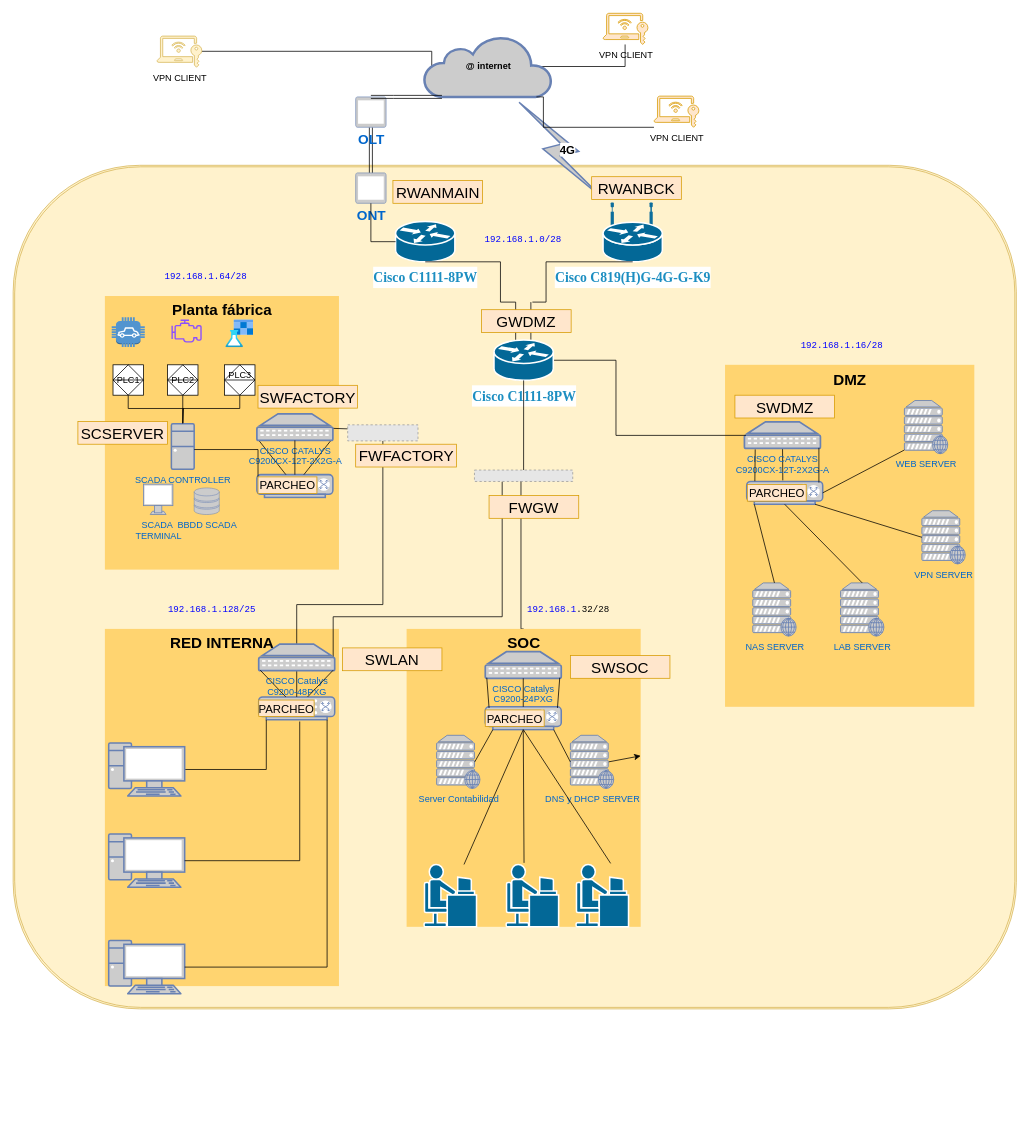
Before: auditoria_ficti.drawio in hotspotcepeda/audit_ficti, a draw.io diagram. Source tidied: cells renumbered, new cells numbered last; positions are measured from the earlier drawing's top-left corner, leaving out a move shared by most shapes. Both pictures are drawn from the tidied source at 76%, with x=0, y=0 at pixel (13, 13). Pictures stored in the file or linked from it are replaced by grey dashed boxes.
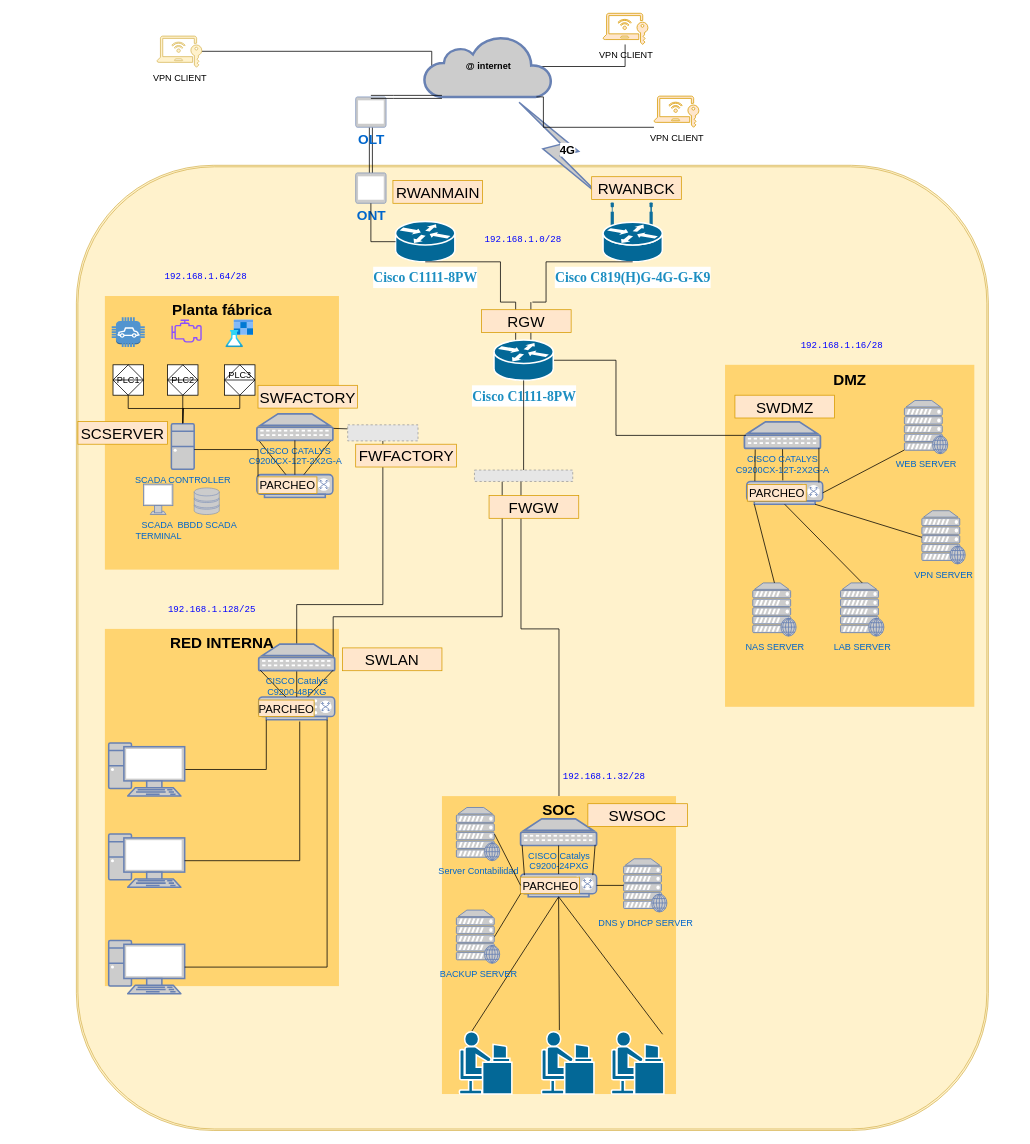
After the change.

Diff of the diagram source:
```diff
@@
     <mxCell id="2" style="shape=ext;double=1;rounded=1;whiteSpace=wrap;html=1;fillColor=#fff2cc;strokeColor=#d6b656;" parent="1" vertex="1">
-      <mxGeometry x="-0.2" y="200" width="1320" height="1110" as="geometry" />
+      <mxGeometry x="83" y="200" width="1200" height="1270" as="geometry" />
     </mxCell>
@@
     <mxCell id="28" value="&lt;font style=&quot;font-size: 20px;&quot;&gt;&lt;b&gt;SOC&lt;/b&gt;&lt;/font&gt;" style="whiteSpace=wrap;html=1;fillColor=#FFD470;gradientColor=none;fontSize=14;strokeColor=none;verticalAlign=top;" parent="1" vertex="1">
-      <mxGeometry x="517.5" y="810" width="308" height="392" as="geometry" />
+      <mxGeometry x="564" y="1030" width="308" height="392" as="geometry" />
     </mxCell>
@@
     <mxCell id="36" style="shape=mxgraph.cisco.people.androgenous_person;sketch=0;html=1;dashed=0;fillColor=#036897;strokeColor=#ffffff;strokeWidth=2;verticalLabelPosition=bottom;verticalAlign=top;align=center;outlineConnect=0;" parent="1" vertex="1">
-      <mxGeometry x="740.5" y="1120" width="69" height="82" as="geometry" />
+      <mxGeometry x="787" y="1340" width="69" height="82" as="geometry" />
     </mxCell>
-    <mxCell id="37" style="edgeStyle=none;rounded=0;jettySize=auto;html=1;exitX=0.5;exitY=1;exitDx=0;exitDy=0;exitPerimeter=0;endArrow=none;endFill=0;" parent="1" edge="1" source="38" target="39">
+    <mxCell id="37" style="edgeStyle=none;rounded=0;jettySize=auto;html=1;exitX=0.5;exitY=1;exitDx=0;exitDy=0;exitPerimeter=0;endArrow=none;endFill=0;entryX=0.23;entryY=0;entryDx=0;entryDy=0;entryPerimeter=0;" parent="1" edge="1" source="38" target="39">
       <mxGeometry relative="1" as="geometry" />
     </mxCell>
     <mxCell id="38" style="fontColor=#0066CC;verticalAlign=top;verticalLabelPosition=bottom;labelPosition=center;align=center;html=1;outlineConnect=0;fillColor=#CCCCCC;strokeColor=#6881B3;gradientColor=none;gradientDirection=north;strokeWidth=2;shape=mxgraph.networks.switch;" parent="1" vertex="1">
-      <mxGeometry x="621" y="912.5" width="100" height="30" as="geometry" />
+      <mxGeometry x="667.5" y="1132.5" width="100" height="30" as="geometry" />
     </mxCell>
     <mxCell id="39" style="shape=mxgraph.cisco.people.androgenous_person;sketch=0;html=1;dashed=0;fillColor=#036897;strokeColor=#ffffff;strokeWidth=2;verticalLabelPosition=bottom;verticalAlign=top;align=center;outlineConnect=0;" parent="1" vertex="1">
-      <mxGeometry x="540.5" y="1120" width="69" height="82" as="geometry" />
+      <mxGeometry x="587" y="1340" width="69" height="82" as="geometry" />
     </mxCell>
     <mxCell id="40" style="shape=mxgraph.cisco.people.androgenous_person;sketch=0;html=1;dashed=0;fillColor=#036897;strokeColor=#ffffff;strokeWidth=2;verticalLabelPosition=bottom;verticalAlign=top;align=center;outlineConnect=0;" parent="1" vertex="1">
-      <mxGeometry x="648.5" y="1120" width="69" height="82" as="geometry" />
+      <mxGeometry x="695" y="1340" width="69" height="82" as="geometry" />
     </mxCell>
@@
     <mxCell id="45" value="CISCO Catalys&lt;br style=&quot;border-color: var(--border-color);&quot;&gt;C9200-24PXG" style="fontColor=#0066CC;verticalAlign=top;verticalLabelPosition=bottom;labelPosition=center;align=center;html=1;outlineConnect=0;fillColor=#CCCCCC;strokeColor=#6881B3;gradientColor=none;gradientDirection=north;strokeWidth=2;shape=mxgraph.networks.patch_panel;" parent="1" vertex="1">
-      <mxGeometry x="621" y="840" width="100" height="35" as="geometry" />
+      <mxGeometry x="667.5" y="1060" width="100" height="35" as="geometry" />
     </mxCell>
@@
-    <mxCell id="65" style="edgeStyle=none;rounded=0;jettySize=auto;html=1;exitX=0.88;exitY=0.5;exitDx=0;exitDy=0;exitPerimeter=0;" parent="1" edge="1" source="66" target="28">
-      <mxGeometry relative="1" as="geometry" />
-    </mxCell>
     <mxCell id="66" value="DNS y DHCP&amp;nbsp;SERVER" style="fontColor=#0066CC;verticalAlign=top;verticalLabelPosition=bottom;labelPosition=center;align=center;html=1;outlineConnect=0;fillColor=#CCCCCC;strokeColor=#6881B3;gradientColor=none;gradientDirection=north;strokeWidth=2;shape=mxgraph.networks.web_server;" parent="1" vertex="1">
-      <mxGeometry x="733" y="950" width="57" height="70" as="geometry" />
+      <mxGeometry x="803" y="1112.5" width="57" height="70" as="geometry" />
     </mxCell>
@@
-    <mxCell id="84" value="&lt;font style=&quot;font-size: 20px;&quot;&gt;GWDMZ&lt;/font&gt;" style="text;strokeColor=#d79b00;align=center;fillColor=#ffe6cc;html=1;verticalAlign=middle;whiteSpace=wrap;rounded=0;" parent="1" vertex="1">
+    <mxCell id="84" value="&lt;font style=&quot;font-size: 20px;&quot;&gt;RGW&lt;/font&gt;" style="text;strokeColor=#d79b00;align=center;fillColor=#ffe6cc;html=1;verticalAlign=middle;whiteSpace=wrap;rounded=0;" parent="1" vertex="1">
       <mxGeometry x="616" y="390" width="118" height="30" as="geometry" />
     </mxCell>
@@
     <mxCell id="91" value="&lt;font style=&quot;font-size: 15px;&quot;&gt;PARCHEO&lt;/font&gt;" style="text;strokeColor=#d79b00;align=center;fillColor=#ffe6cc;html=1;verticalAlign=middle;whiteSpace=wrap;rounded=0;" parent="1" vertex="1">
-      <mxGeometry x="621" y="916.6" width="77.5" height="21.8" as="geometry" />
+      <mxGeometry x="667.5" y="1136.6" width="77.5" height="21.8" as="geometry" />
     </mxCell>
@@
-    <mxCell id="103" value="&lt;pre style=&quot;text-align: start;&quot;&gt;&lt;pre&gt;&lt;font color=&quot;#0000ff&quot;&gt;192.168.1&lt;/font&gt;.32/28&lt;/pre&gt;&lt;/pre&gt;" style="text;html=1;align=center;verticalAlign=middle;strokeColor=none;fillColor=none;" parent="1" vertex="1">
-      <mxGeometry x="670" y="760" width="120" height="50" as="geometry" />
+    <mxCell id="103" value="&lt;pre style=&quot;text-align: start;&quot;&gt;&lt;pre&gt;&lt;font color=&quot;#0000ff&quot;&gt;192.168.1.32/28&lt;/font&gt;&lt;/pre&gt;&lt;/pre&gt;" style="text;html=1;align=center;verticalAlign=middle;strokeColor=none;fillColor=none;" parent="1" vertex="1">
+      <mxGeometry x="716.5" y="980" width="120" height="50" as="geometry" />
     </mxCell>
@@
     <mxCell id="106" value="Server Contabilidad&lt;br&gt;" style="fontColor=#0066CC;verticalAlign=top;verticalLabelPosition=bottom;labelPosition=center;align=center;html=1;outlineConnect=0;fillColor=#CCCCCC;strokeColor=#6881B3;gradientColor=none;gradientDirection=north;strokeWidth=2;shape=mxgraph.networks.web_server;" parent="1" vertex="1">
-      <mxGeometry x="557" y="950" width="57" height="70" as="geometry" />
+      <mxGeometry x="583" y="1045" width="57" height="70" as="geometry" />
     </mxCell>
-    <mxCell id="107" style="edgeStyle=none;rounded=0;jettySize=auto;html=1;exitX=0.1;exitY=1;exitDx=0;exitDy=0;exitPerimeter=0;entryX=0.88;entryY=0.5;entryDx=0;entryDy=0;entryPerimeter=0;endArrow=none;endFill=0;" parent="1" edge="1" source="38" target="106">
+    <mxCell id="107" style="edgeStyle=none;rounded=0;jettySize=auto;html=1;exitX=0;exitY=0.5;exitDx=0;exitDy=0;entryX=0.88;entryY=0.5;entryDx=0;entryDy=0;entryPerimeter=0;endArrow=none;endFill=0;" parent="1" edge="1" source="91" target="106">
       <mxGeometry relative="1" as="geometry" />
     </mxCell>
-    <mxCell id="108" style="edgeStyle=none;rounded=0;jettySize=auto;html=1;exitX=0.9;exitY=1;exitDx=0;exitDy=0;exitPerimeter=0;entryX=0;entryY=0.5;entryDx=0;entryDy=0;entryPerimeter=0;endArrow=none;endFill=0;" parent="1" edge="1" source="38" target="66">
+    <mxCell id="108" style="edgeStyle=none;rounded=0;jettySize=auto;html=1;exitX=1;exitY=0.5;exitDx=0;exitDy=0;exitPerimeter=0;entryX=0;entryY=0.5;entryDx=0;entryDy=0;entryPerimeter=0;endArrow=none;endFill=0;" parent="1" edge="1" source="38" target="66">
       <mxGeometry relative="1" as="geometry" />
     </mxCell>
@@
-    <mxCell id="110" style="edgeStyle=none;rounded=0;jettySize=auto;html=1;exitX=0.5;exitY=1;exitDx=0;exitDy=0;exitPerimeter=0;entryX=0.659;entryY=-0.018;entryDx=0;entryDy=0;entryPerimeter=0;endArrow=none;endFill=0;" parent="1" edge="1" source="38" target="36">
+    <mxCell id="110" style="edgeStyle=none;rounded=0;jettySize=auto;html=1;exitX=0.5;exitY=1;exitDx=0;exitDy=0;exitPerimeter=0;entryX=0.976;entryY=0.041;entryDx=0;entryDy=0;entryPerimeter=0;endArrow=none;endFill=0;" parent="1" edge="1" source="38" target="36">
       <mxGeometry relative="1" as="geometry" />
     </mxCell>
     <mxCell id="111" value="&lt;font style=&quot;font-size: 20px;&quot;&gt;SWSOC&lt;br&gt;&lt;/font&gt;" style="text;strokeColor=#d79b00;align=center;fillColor=#ffe6cc;html=1;verticalAlign=middle;whiteSpace=wrap;rounded=0;" parent="1" vertex="1">
-      <mxGeometry x="733" y="845" width="131" height="30" as="geometry" />
+      <mxGeometry x="756" y="1040" width="131" height="30" as="geometry" />
     </mxCell>
@@
+    <mxCell id="113" value="BACKUP SERVER" style="fontColor=#0066CC;verticalAlign=top;verticalLabelPosition=bottom;labelPosition=center;align=center;html=1;outlineConnect=0;fillColor=#CCCCCC;strokeColor=#6881B3;gradientColor=none;gradientDirection=north;strokeWidth=2;shape=mxgraph.networks.web_server;" parent="1" vertex="1">
+      <mxGeometry x="583" y="1180" width="57" height="70" as="geometry" />
+    </mxCell>
+    <mxCell id="114" style="edgeStyle=none;rounded=0;jettySize=auto;html=1;exitX=0.88;exitY=0.5;exitDx=0;exitDy=0;exitPerimeter=0;entryX=0;entryY=1;entryDx=0;entryDy=0;endArrow=none;endFill=0;" parent="1" edge="1" source="113" target="91">
+      <mxGeometry relative="1" as="geometry" />
+    </mxCell>
```
